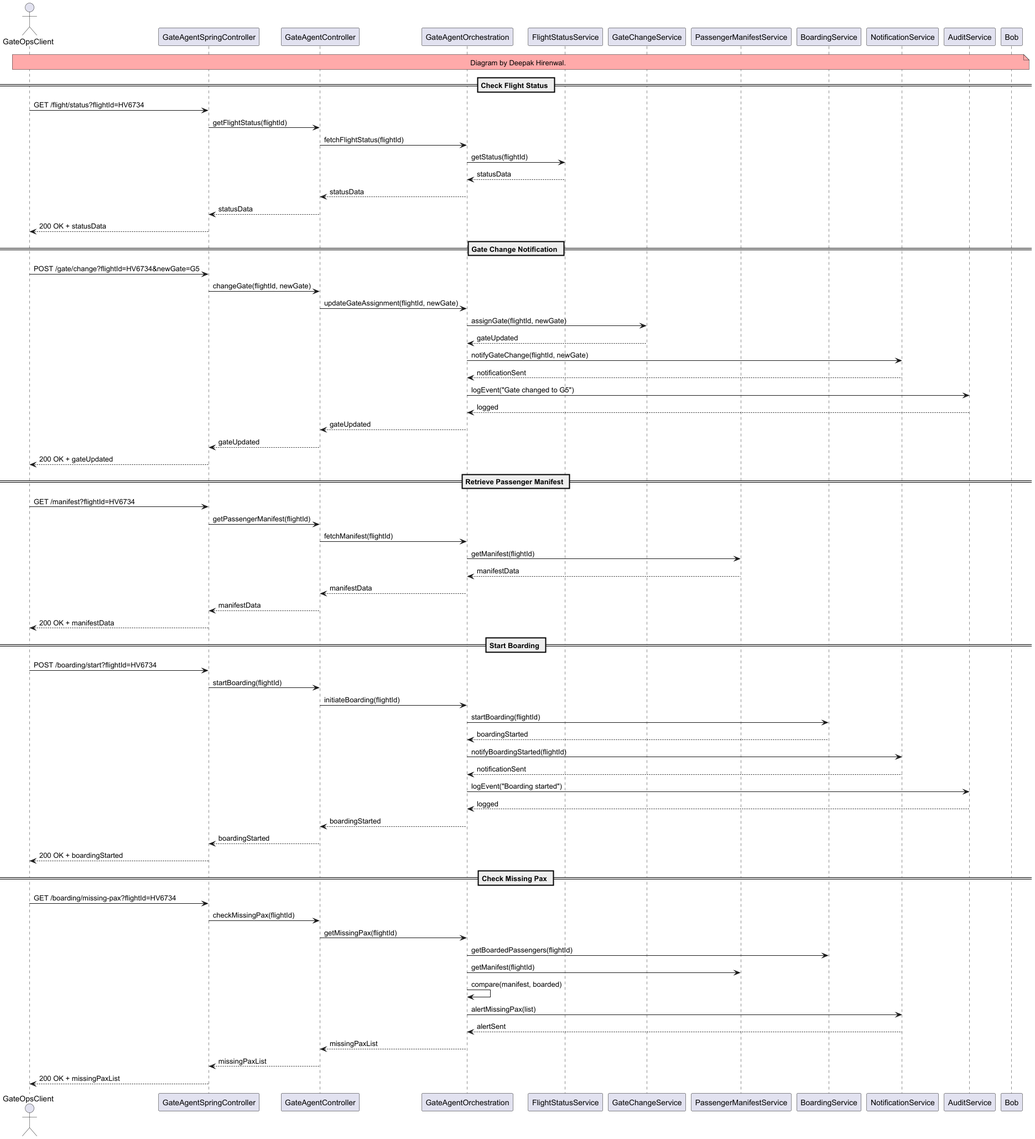
This is src/main/resources/PlantUMLDiagrams/images/AgentsHappyFLowWorkflow.png from devmahadev/multi-agent-tool-augmented-agentic-ai-langchain4j, a PlantUML export, as it was before one commit. The source it was exported from:
```plantuml
@startuml
actor GateOpsClient

participant GateAgentSpringController
participant GateAgentController
participant GateAgentOrchestration
participant FlightStatusService
participant GateChangeService
participant PassengerManifestService
participant BoardingService
participant NotificationService
participant AuditService
note over GateOpsClient, Bob #FFAAAA:   Diagram by Deepak Hirenwal.
== Check Flight Status ==
GateOpsClient -> GateAgentSpringController : GET /flight/status?flightId=HV6734
GateAgentSpringController -> GateAgentController : getFlightStatus(flightId)
GateAgentController -> GateAgentOrchestration : fetchFlightStatus(flightId)
GateAgentOrchestration -> FlightStatusService : getStatus(flightId)
FlightStatusService --> GateAgentOrchestration : statusData
GateAgentOrchestration --> GateAgentController : statusData
GateAgentController --> GateAgentSpringController : statusData
GateAgentSpringController --> GateOpsClient : 200 OK + statusData

== Gate Change Notification ==
GateOpsClient -> GateAgentSpringController : POST /gate/change?flightId=HV6734&newGate=G5
GateAgentSpringController -> GateAgentController : changeGate(flightId, newGate)
GateAgentController -> GateAgentOrchestration : updateGateAssignment(flightId, newGate)
GateAgentOrchestration -> GateChangeService : assignGate(flightId, newGate)
GateChangeService --> GateAgentOrchestration : gateUpdated
GateAgentOrchestration -> NotificationService : notifyGateChange(flightId, newGate)
NotificationService --> GateAgentOrchestration : notificationSent
GateAgentOrchestration -> AuditService : logEvent("Gate changed to G5")
AuditService --> GateAgentOrchestration : logged
GateAgentOrchestration --> GateAgentController : gateUpdated
GateAgentController --> GateAgentSpringController : gateUpdated
GateAgentSpringController --> GateOpsClient : 200 OK + gateUpdated

== Retrieve Passenger Manifest ==
GateOpsClient -> GateAgentSpringController : GET /manifest?flightId=HV6734
GateAgentSpringController -> GateAgentController : getPassengerManifest(flightId)
GateAgentController -> GateAgentOrchestration : fetchManifest(flightId)
GateAgentOrchestration -> PassengerManifestService : getManifest(flightId)
PassengerManifestService --> GateAgentOrchestration : manifestData
GateAgentOrchestration --> GateAgentController : manifestData
GateAgentController --> GateAgentSpringController : manifestData
GateAgentSpringController --> GateOpsClient : 200 OK + manifestData
== Start Boarding ==
GateOpsClient -> GateAgentSpringController : POST /boarding/start?flightId=HV6734
GateAgentSpringController -> GateAgentController : startBoarding(flightId)
GateAgentController -> GateAgentOrchestration : initiateBoarding(flightId)
GateAgentOrchestration -> BoardingService : startBoarding(flightId)
BoardingService --> GateAgentOrchestration : boardingStarted
GateAgentOrchestration -> NotificationService : notifyBoardingStarted(flightId)
NotificationService --> GateAgentOrchestration : notificationSent
GateAgentOrchestration -> AuditService : logEvent("Boarding started")
AuditService --> GateAgentOrchestration : logged
GateAgentOrchestration --> GateAgentController : boardingStarted
GateAgentController --> GateAgentSpringController : boardingStarted
GateAgentSpringController --> GateOpsClient : 200 OK + boardingStarted

== Check Missing Pax ==
GateOpsClient -> GateAgentSpringController : GET /boarding/missing-pax?flightId=HV6734
GateAgentSpringController -> GateAgentController : checkMissingPax(flightId)
GateAgentController -> GateAgentOrchestration : getMissingPax(flightId)
GateAgentOrchestration -> BoardingService : getBoardedPassengers(flightId)
GateAgentOrchestration -> PassengerManifestService : getManifest(flightId)
GateAgentOrchestration -> GateAgentOrchestration : compare(manifest, boarded)
GateAgentOrchestration -> NotificationService : alertMissingPax(list)
NotificationService --> GateAgentOrchestration : alertSent
GateAgentOrchestration --> GateAgentController : missingPaxList
GateAgentController --> GateAgentSpringController : missingPaxList
GateAgentSpringController --> GateOpsClient : 200 OK + missingPaxList
@enduml
```
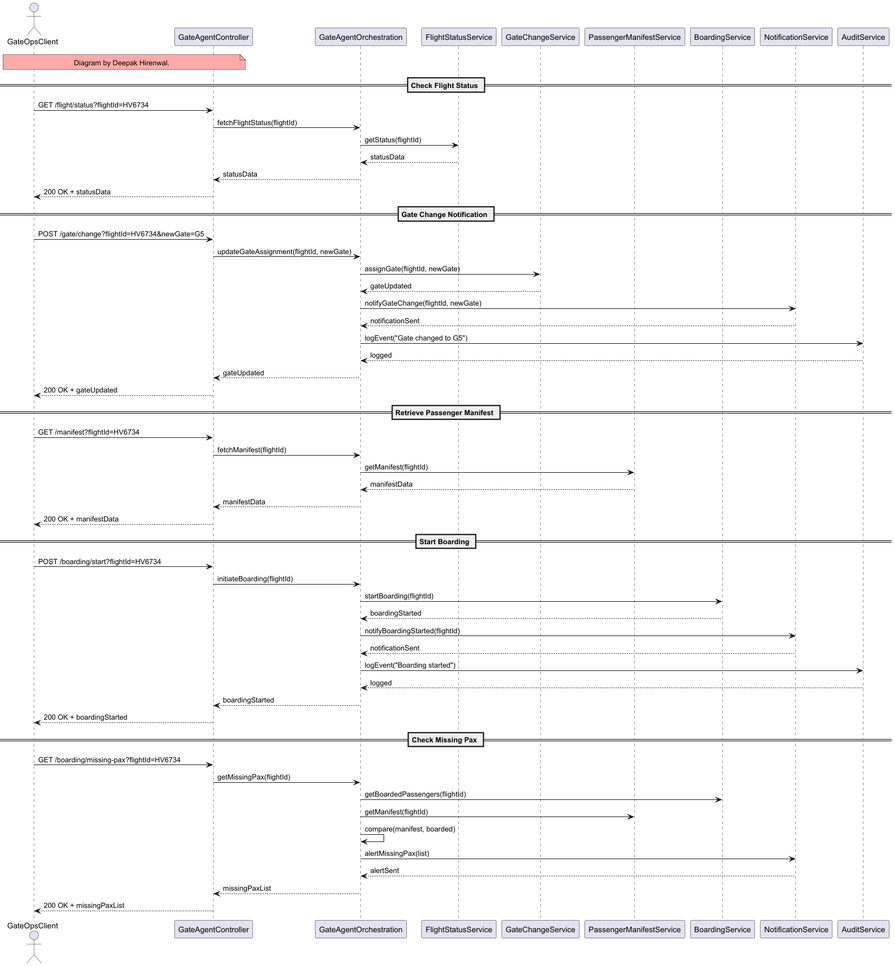
After the change.

Diff of the diagram source:
```diff
@@ -1,7 +1,6 @@
 @startuml
 actor GateOpsClient
 
-participant GateAgentSpringController
 participant GateAgentController
 participant GateAgentOrchestration
 participant FlightStatusService
@@ -10,20 +9,18 @@
 participant BoardingService
 participant NotificationService
 participant AuditService
-note over GateOpsClient, Bob #FFAAAA:   Diagram by Deepak Hirenwal.
+note over GateOpsClient, GateAgentController #FFAAAA:   Diagram by Deepak Hirenwal.
+
 == Check Flight Status ==
-GateOpsClient -> GateAgentSpringController : GET /flight/status?flightId=HV6734
-GateAgentSpringController -> GateAgentController : getFlightStatus(flightId)
+GateOpsClient -> GateAgentController : GET /flight/status?flightId=HV6734
 GateAgentController -> GateAgentOrchestration : fetchFlightStatus(flightId)
 GateAgentOrchestration -> FlightStatusService : getStatus(flightId)
 FlightStatusService --> GateAgentOrchestration : statusData
 GateAgentOrchestration --> GateAgentController : statusData
-GateAgentController --> GateAgentSpringController : statusData
-GateAgentSpringController --> GateOpsClient : 200 OK + statusData
+GateAgentController --> GateOpsClient : 200 OK + statusData
 
 == Gate Change Notification ==
-GateOpsClient -> GateAgentSpringController : POST /gate/change?flightId=HV6734&newGate=G5
-GateAgentSpringController -> GateAgentController : changeGate(flightId, newGate)
+GateOpsClient -> GateAgentController : POST /gate/change?flightId=HV6734&newGate=G5
 GateAgentController -> GateAgentOrchestration : updateGateAssignment(flightId, newGate)
 GateAgentOrchestration -> GateChangeService : assignGate(flightId, newGate)
 GateChangeService --> GateAgentOrchestration : gateUpdated
@@ -32,21 +29,18 @@
 GateAgentOrchestration -> AuditService : logEvent("Gate changed to G5")
 AuditService --> GateAgentOrchestration : logged
 GateAgentOrchestration --> GateAgentController : gateUpdated
-GateAgentController --> GateAgentSpringController : gateUpdated
-GateAgentSpringController --> GateOpsClient : 200 OK + gateUpdated
+GateAgentController --> GateOpsClient : 200 OK + gateUpdated
 
 == Retrieve Passenger Manifest ==
-GateOpsClient -> GateAgentSpringController : GET /manifest?flightId=HV6734
-GateAgentSpringController -> GateAgentController : getPassengerManifest(flightId)
+GateOpsClient -> GateAgentController : GET /manifest?flightId=HV6734
 GateAgentController -> GateAgentOrchestration : fetchManifest(flightId)
 GateAgentOrchestration -> PassengerManifestService : getManifest(flightId)
 PassengerManifestService --> GateAgentOrchestration : manifestData
 GateAgentOrchestration --> GateAgentController : manifestData
-GateAgentController --> GateAgentSpringController : manifestData
-GateAgentSpringController --> GateOpsClient : 200 OK + manifestData
+GateAgentController --> GateOpsClient : 200 OK + manifestData
+
 == Start Boarding ==
-GateOpsClient -> GateAgentSpringController : POST /boarding/start?flightId=HV6734
-GateAgentSpringController -> GateAgentController : startBoarding(flightId)
+GateOpsClient -> GateAgentController : POST /boarding/start?flightId=HV6734
 GateAgentController -> GateAgentOrchestration : initiateBoarding(flightId)
 GateAgentOrchestration -> BoardingService : startBoarding(flightId)
 BoardingService --> GateAgentOrchestration : boardingStarted
@@ -55,12 +49,10 @@
 GateAgentOrchestration -> AuditService : logEvent("Boarding started")
 AuditService --> GateAgentOrchestration : logged
 GateAgentOrchestration --> GateAgentController : boardingStarted
-GateAgentController --> GateAgentSpringController : boardingStarted
-GateAgentSpringController --> GateOpsClient : 200 OK + boardingStarted
+GateAgentController --> GateOpsClient : 200 OK + boardingStarted
 
 == Check Missing Pax ==
-GateOpsClient -> GateAgentSpringController : GET /boarding/missing-pax?flightId=HV6734
-GateAgentSpringController -> GateAgentController : checkMissingPax(flightId)
+GateOpsClient -> GateAgentController : GET /boarding/missing-pax?flightId=HV6734
 GateAgentController -> GateAgentOrchestration : getMissingPax(flightId)
 GateAgentOrchestration -> BoardingService : getBoardedPassengers(flightId)
 GateAgentOrchestration -> PassengerManifestService : getManifest(flightId)
@@ -68,6 +60,5 @@
 GateAgentOrchestration -> NotificationService : alertMissingPax(list)
 NotificationService --> GateAgentOrchestration : alertSent
 GateAgentOrchestration --> GateAgentController : missingPaxList
-GateAgentController --> GateAgentSpringController : missingPaxList
-GateAgentSpringController --> GateOpsClient : 200 OK + missingPaxList
+GateAgentController --> GateOpsClient : 200 OK + missingPaxList
 @enduml
```
